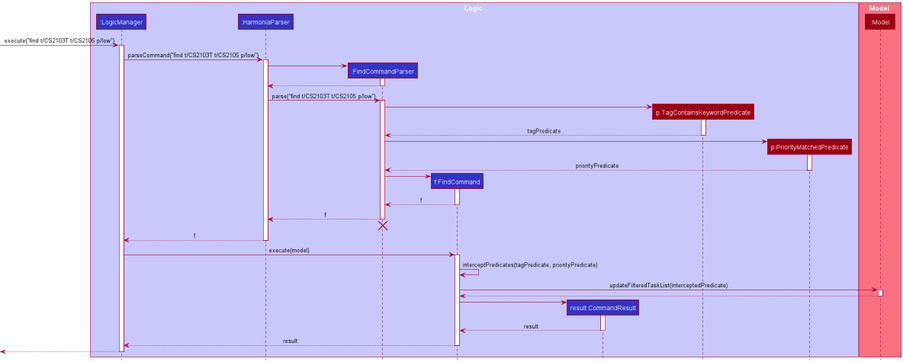
Before: docs/images/SearchSequenceDiagram.png, a diagram exported from PlantUML (sbhbenjamin/tp).
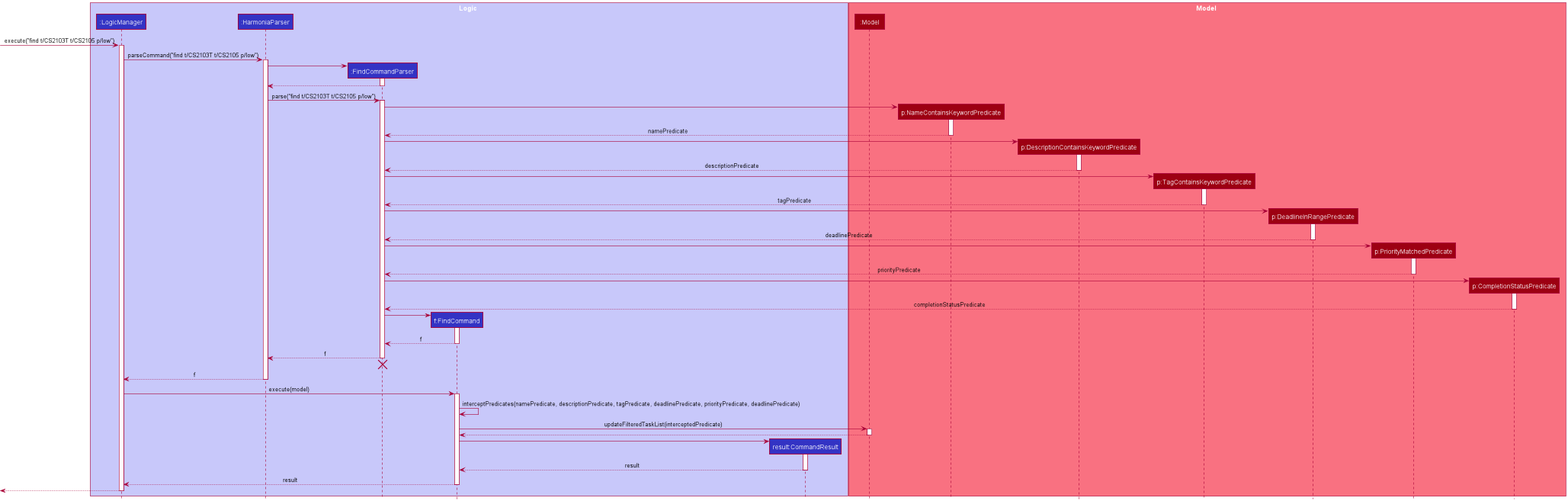
After the change.

Commit message:
Update sequence diagram

What changed in the source:
```diff
@@ -7,12 +7,16 @@
 participant ":FindCommandParser" as FindCommandParser LOGIC_COLOR
 participant "f:FindCommand" as FindCommand LOGIC_COLOR
 participant "result:CommandResult" as CommandResult LOGIC_COLOR
-participant "p:TagContainsKeywordPredicate" as TagContainsKeywordPredicate MODEL_COLOR
-participant "p:PriorityMatchedPredicate" as PriorityMatchedPredicate MODEL_COLOR
 end box
 
 box Model MODEL_COLOR_T1
 participant ":Model" as Model MODEL_COLOR
+participant "p:NameContainsKeywordPredicate" as NameContainsKeywordPredicate MODEL_COLOR
+participant "p:DescriptionContainsKeywordPredicate" as DescriptionContainsKeywordPredicate MODEL_COLOR
+participant "p:TagContainsKeywordPredicate" as TagContainsKeywordPredicate MODEL_COLOR
+participant "p:DeadlineInRangePredicate" as DeadlineInRangePredicate MODEL_COLOR
+participant "p:PriorityMatchedPredicate" as PriorityMatchedPredicate MODEL_COLOR
+participant "p:CompletionStatusPredicate" as CompletionStatusPredicate MODEL_COLOR
 end box
 
 [-> LogicManager : execute("find t/CS2103T t/CS2105 p/low")
@@ -31,6 +35,23 @@
 HarmoniaParser -> FindCommandParser : parse("find t/CS2103T t/CS2105 p/low")
 activate FindCommandParser
 
+
+create NameContainsKeywordPredicate
+FindCommandParser -> NameContainsKeywordPredicate
+activate NameContainsKeywordPredicate
+
+NameContainsKeywordPredicate --> FindCommandParser : namePredicate
+deactivate NameContainsKeywordPredicate
+
+
+create DescriptionContainsKeywordPredicate
+FindCommandParser -> DescriptionContainsKeywordPredicate
+activate DescriptionContainsKeywordPredicate
+
+DescriptionContainsKeywordPredicate --> FindCommandParser : descriptionPredicate
+deactivate DescriptionContainsKeywordPredicate
+
+
 create TagContainsKeywordPredicate
 FindCommandParser -> TagContainsKeywordPredicate
 activate TagContainsKeywordPredicate
@@ -38,12 +59,29 @@
 TagContainsKeywordPredicate --> FindCommandParser : tagPredicate
 deactivate TagContainsKeywordPredicate
 
+create DeadlineInRangePredicate
+FindCommandParser -> DeadlineInRangePredicate
+activate DeadlineInRangePredicate
+
+DeadlineInRangePredicate --> FindCommandParser : deadlinePredicate
+deactivate DeadlineInRangePredicate
+
+
 create PriorityMatchedPredicate
 FindCommandParser -> PriorityMatchedPredicate
 activate PriorityMatchedPredicate
 
 PriorityMatchedPredicate --> FindCommandParser : priorityPredicate
 deactivate PriorityMatchedPredicate
+
+
+create CompletionStatusPredicate
+FindCommandParser -> CompletionStatusPredicate
+activate CompletionStatusPredicate
+
+CompletionStatusPredicate --> FindCommandParser : completionStatusPredicate
+deactivate CompletionStatusPredicate
+
 
 create FindCommand
 FindCommandParser -> FindCommand
@@ -63,7 +101,7 @@
 LogicManager -> FindCommand : execute(model)
 activate FindCommand
 
-FindCommand -> FindCommand : interceptPredicates(tagPredicate, priorityPredicate)
+FindCommand -> FindCommand : interceptPredicates(namePredicate, descriptionPredicate, tagPredicate, deadlinePredicate, priorityPredicate, deadlinePredicate)
 
 FindCommand -> Model : updateFilteredTaskList(interceptedPredicate)
 activate Model
```
